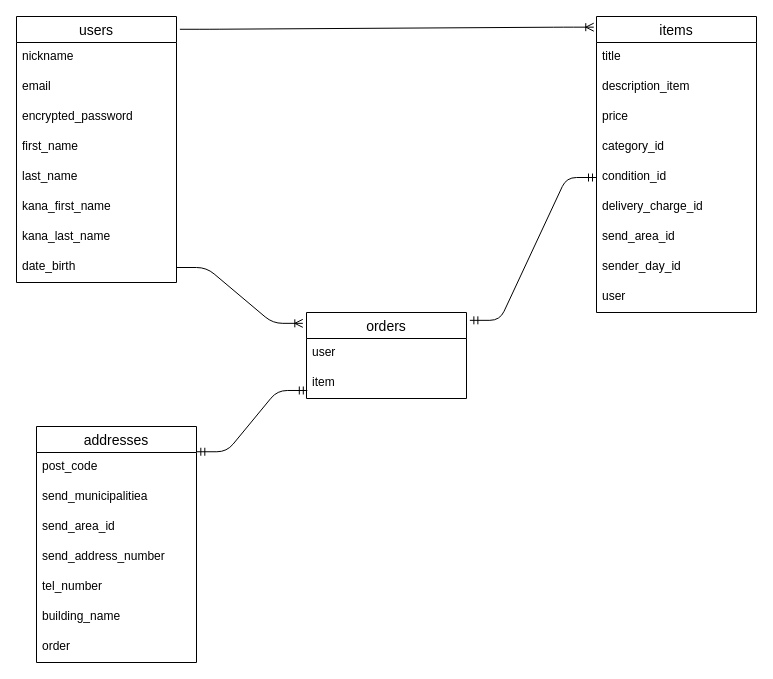
fuhewat/furima-39379 keeps this draw.io diagram as page "ページ1" (1 of 2) of er.dio. Above is the earlier version. Source tidied: cells renumbered, new cells numbered last; positions are measured from the earlier drawing's top-left corner, leaving out a move shared by most shapes. Both pictures are drawn from the tidied source at 100%, with x=0, y=0 at pixel (16, 16).
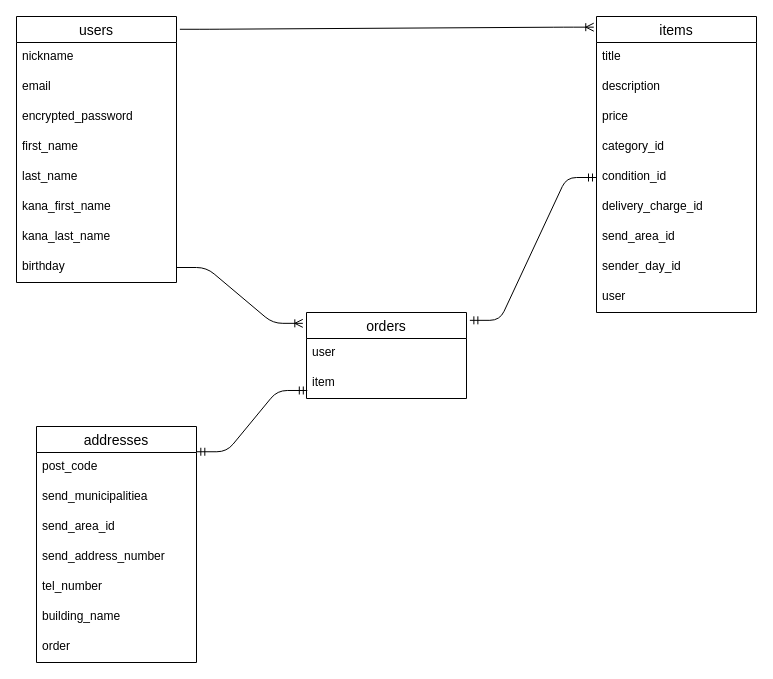
After the change.

Unchanged cells that the change refers to:
```xml
<mxCell id="2" value="users" style="swimlane;fontStyle=0;horizontal=1;startSize=26;align=center;fontSize=14;" parent="1" vertex="1">
  <mxGeometry width="160" height="266" as="geometry" />
</mxCell>
<mxCell id="19" value="items" style="swimlane;fontStyle=0;horizontal=1;startSize=26;align=center;fontSize=14;" parent="1" vertex="1">
  <mxGeometry x="580" width="160" height="296" as="geometry" />
</mxCell>
```

What changed in the source:
```diff
@@
-    <mxCell id="10" value="date_birth" style="text;strokeColor=none;fillColor=none;spacingLeft=4;spacingRight=4;overflow=hidden;points=[[0,0.5],[1,0.5]];portConstraint=eastwest;fontSize=12;" parent="2" vertex="1">
+    <mxCell id="10" value="birthday" style="text;strokeColor=none;fillColor=none;spacingLeft=4;spacingRight=4;overflow=hidden;points=[[0,0.5],[1,0.5]];portConstraint=eastwest;fontSize=12;" parent="2" vertex="1">
       <mxGeometry y="236" width="160" height="30" as="geometry" />
     </mxCell>
@@
-    <mxCell id="21" value="description_item" style="text;strokeColor=none;fillColor=none;spacingLeft=4;spacingRight=4;overflow=hidden;fontSize=12;" parent="19" vertex="1">
+    <mxCell id="21" value="description" style="text;strokeColor=none;fillColor=none;spacingLeft=4;spacingRight=4;overflow=hidden;fontSize=12;" parent="19" vertex="1">
       <mxGeometry y="56" width="160" height="30" as="geometry" />
     </mxCell>
```
